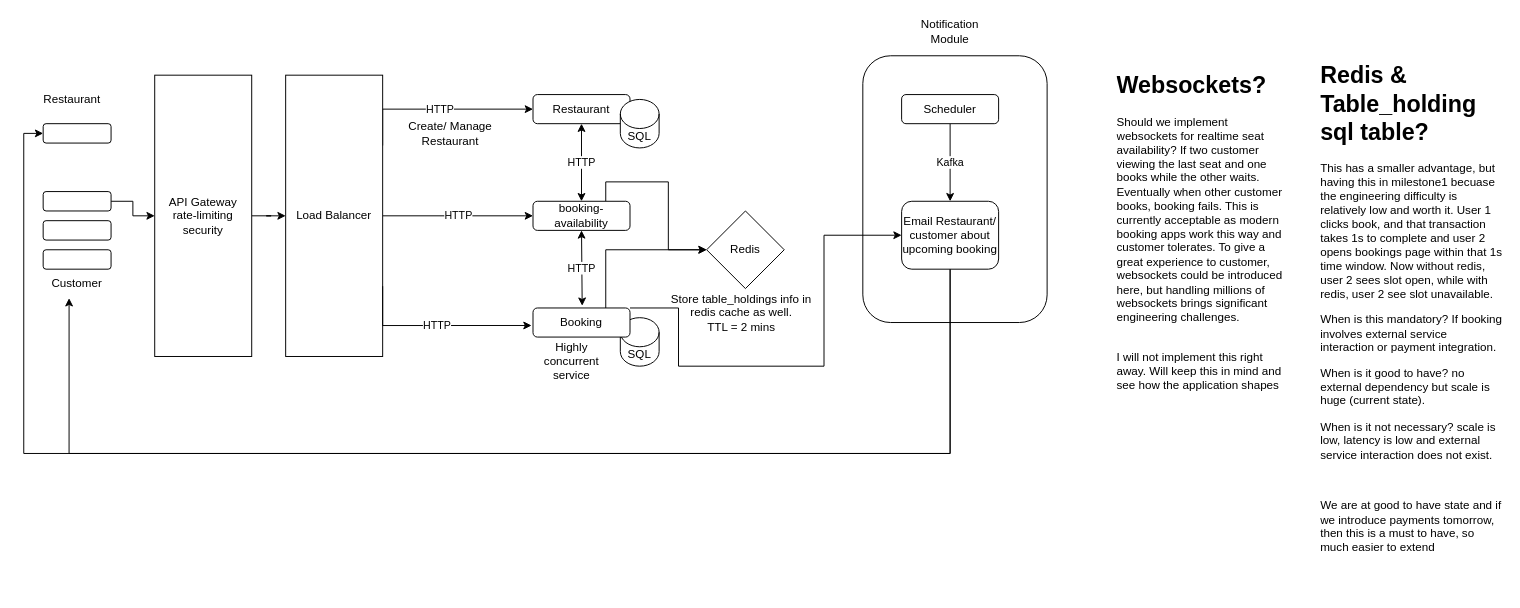
Before: table-booking/Untitled Diagram.drawio in harirehm/draw.io, a draw.io diagram. Source tidied: cells renumbered, new cells numbered last; positions are measured from the earlier drawing's top-left corner, leaving out a move shared by most shapes. Both pictures are drawn from the tidied source at 97%, with x=0, y=0 at pixel (23, 16).
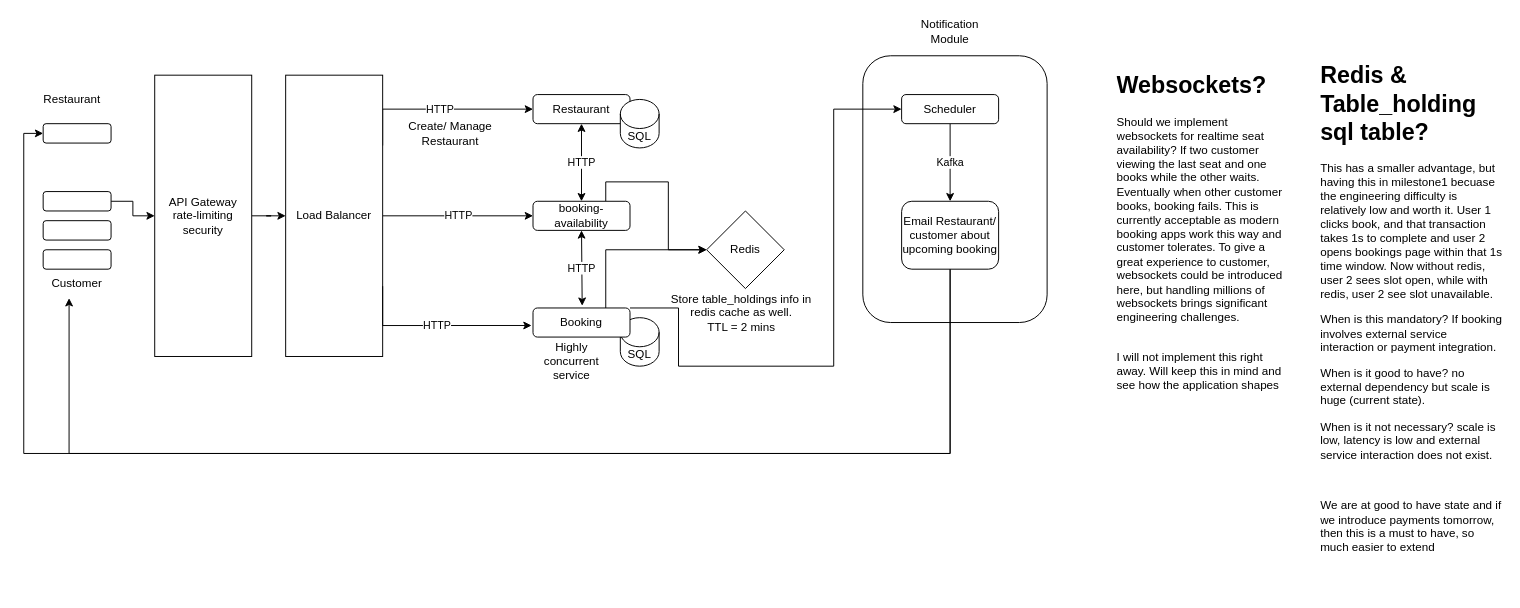
After the change.

Unchanged cells that the change refers to:
```xml
<mxCell id="24" value="Booking" style="rounded=1;whiteSpace=wrap;html=1;" parent="1" vertex="1">
  <mxGeometry x="525" y="300" width="100" height="30" as="geometry" />
</mxCell>
<mxCell id="31" value="Scheduler" style="rounded=1;whiteSpace=wrap;html=1;" parent="1" vertex="1">
  <mxGeometry x="905" y="80" width="100" height="30" as="geometry" />
</mxCell>
<mxCell id="33" value="Email Restaurant/ customer about upcoming booking" style="rounded=1;whiteSpace=wrap;html=1;" parent="1" vertex="1">
  <mxGeometry x="905" y="190" width="100" height="70" as="geometry" />
</mxCell>
```

Diff of the diagram source:
```diff
@@
-    <mxCell id="23" style="edgeStyle=orthogonalEdgeStyle;rounded=0;jettySize=auto;html=1;exitX=1;exitY=0;exitDx=0;exitDy=0;entryX=0;entryY=0.5;entryDx=0;entryDy=0;" parent="1" edge="1" source="24" target="33">
+    <mxCell id="23" style="edgeStyle=orthogonalEdgeStyle;rounded=0;jettySize=auto;html=1;exitX=1;exitY=0;exitDx=0;exitDy=0;entryX=0;entryY=0.5;entryDx=0;entryDy=0;" parent="1" edge="1" source="24" target="31">
       <mxGeometry relative="1" as="geometry">
         <Array as="points">
           <mxPoint x="675" y="300" />
           <mxPoint x="675" y="360" />
-          <mxPoint x="825" y="360" />
-          <mxPoint x="825" y="225" />
+          <mxPoint x="835" y="360" />
+          <mxPoint x="835" y="95" />
         </Array>
       </mxGeometry>
     </mxCell>
```
